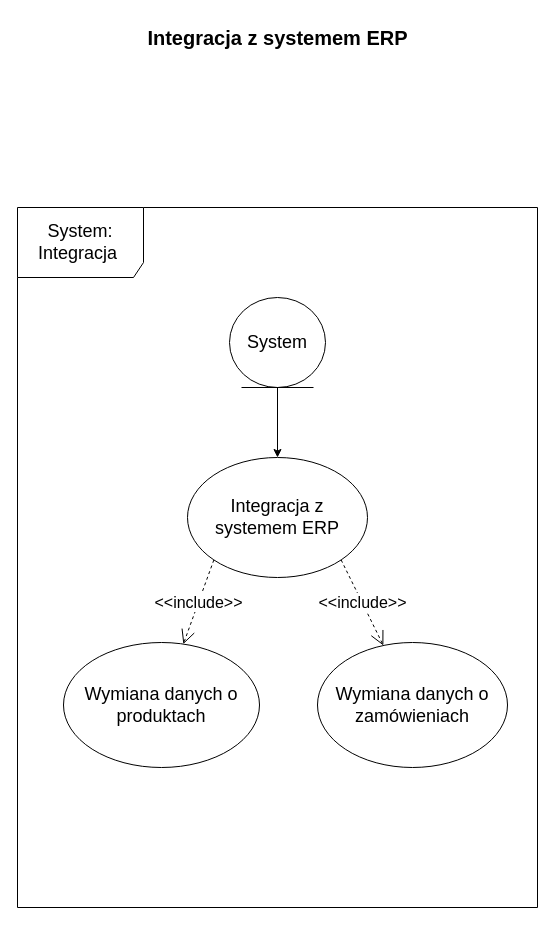
Earlier version of the draw.io diagram diagramy/PrzypadkiUzycia/Diagram6.drawio (kacperMa25/In-ynieriaOprogramowania). Source tidied: cells renumbered, new cells numbered last; positions are measured from the earlier drawing's top-left corner, leaving out a move shared by most shapes. Both pictures are drawn from the tidied source at 100%, with x=0, y=0 at pixel (17, 17).
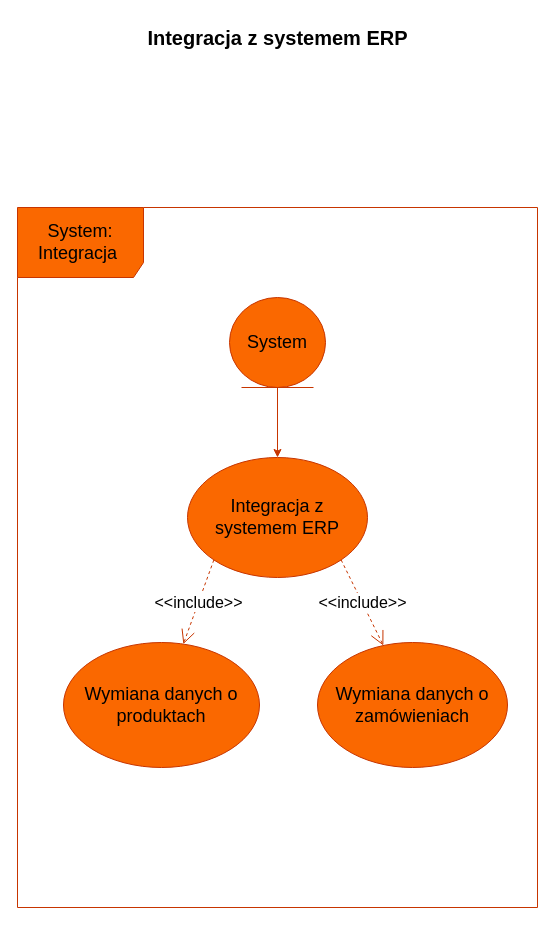
After the change.

The edit, as a diff of the source:
```diff
@@
-<mxGraphModel>
+<mxGraphModel background="#ffffff">
   <root>
     <mxCell id="0" />
     <mxCell id="1" parent="0" />
-    <mxCell id="2" value="&lt;font style=&quot;font-size: 20px;&quot;&gt;&lt;b&gt;Integracja z systemem ERP&lt;/b&gt;&lt;/font&gt;" style="text;html=1;align=center;verticalAlign=middle;strokeColor=none;fillColor=none;" parent="1" vertex="1">
+    <mxCell id="2" value="&lt;font style=&quot;font-size: 20px; color: rgb(0, 0, 0);&quot;&gt;&lt;b&gt;Integracja z systemem ERP&lt;/b&gt;&lt;/font&gt;" style="text;html=1;align=center;verticalAlign=middle;strokeColor=none;fillColor=none;" parent="1" vertex="1">
       <mxGeometry x="120" width="280" height="40" as="geometry" />
     </mxCell>
-    <mxCell id="3" value="&lt;font style=&quot;font-size: 18px;&quot;&gt;System: Integracja&amp;nbsp;&lt;/font&gt;" style="shape=umlFrame;whiteSpace=wrap;html=1;width=126;height=70;" parent="1" vertex="1">
+    <mxCell id="3" value="&lt;font style=&quot;font-size: 18px;&quot;&gt;System: Integracja&amp;nbsp;&lt;/font&gt;" style="shape=umlFrame;whiteSpace=wrap;html=1;width=126;height=70;fillColor=#fa6800;fontColor=#000000;strokeColor=#C73500;" parent="1" vertex="1">
       <mxGeometry y="190" width="520" height="700" as="geometry" />
     </mxCell>
-    <mxCell id="4" style="edgeStyle=orthogonalEdgeStyle;rounded=0;jettySize=auto;html=1;" parent="1" edge="1" source="5" target="6">
+    <mxCell id="4" style="edgeStyle=orthogonalEdgeStyle;rounded=0;jettySize=auto;html=1;fillColor=#fa6800;strokeColor=#C73500;" parent="1" edge="1" source="5" target="6">
       <mxGeometry relative="1" as="geometry" />
     </mxCell>
-    <mxCell id="5" value="&lt;font style=&quot;font-size: 18px;&quot;&gt;System&lt;/font&gt;" style="ellipse;shape=umlEntity;whiteSpace=wrap;html=1;" parent="1" vertex="1">
+    <mxCell id="5" value="&lt;font style=&quot;font-size: 18px;&quot;&gt;System&lt;/font&gt;" style="ellipse;shape=umlEntity;whiteSpace=wrap;html=1;fillColor=#fa6800;fontColor=#000000;strokeColor=#C73500;" parent="1" vertex="1">
       <mxGeometry x="212" y="280" width="96" height="90" as="geometry" />
     </mxCell>
-    <mxCell id="6" value="&lt;font style=&quot;font-size: 18px;&quot;&gt;Integracja z systemem ERP&lt;/font&gt;" style="ellipse;whiteSpace=wrap;html=1;" parent="1" vertex="1">
+    <mxCell id="6" value="&lt;font style=&quot;font-size: 18px;&quot;&gt;Integracja z systemem ERP&lt;/font&gt;" style="ellipse;whiteSpace=wrap;html=1;fillColor=#fa6800;fontColor=#000000;strokeColor=#C73500;" parent="1" vertex="1">
       <mxGeometry x="170" y="440" width="180" height="120" as="geometry" />
     </mxCell>
-    <mxCell id="7" value="&lt;font style=&quot;font-size: 18px;&quot;&gt;Wymiana danych o zamówieniach&lt;/font&gt;" style="ellipse;whiteSpace=wrap;html=1;" parent="1" vertex="1">
+    <mxCell id="7" value="&lt;font style=&quot;font-size: 18px;&quot;&gt;Wymiana danych o zamówieniach&lt;/font&gt;" style="ellipse;whiteSpace=wrap;html=1;fillColor=#fa6800;fontColor=#000000;strokeColor=#C73500;" parent="1" vertex="1">
       <mxGeometry x="300" y="625" width="190" height="125" as="geometry" />
     </mxCell>
-    <mxCell id="8" value="&lt;font style=&quot;font-size: 18px;&quot;&gt;Wymiana danych o produktach&lt;/font&gt;" style="ellipse;whiteSpace=wrap;html=1;" parent="1" vertex="1">
+    <mxCell id="8" value="&lt;font style=&quot;font-size: 18px;&quot;&gt;Wymiana danych o produktach&lt;/font&gt;" style="ellipse;whiteSpace=wrap;html=1;fillColor=#fa6800;fontColor=#000000;strokeColor=#C73500;" parent="1" vertex="1">
       <mxGeometry x="46" y="625" width="196" height="125" as="geometry" />
     </mxCell>
-    <mxCell id="9" value="&lt;font style=&quot;font-size: 16px;&quot;&gt;&amp;lt;&amp;lt;include&amp;gt;&amp;gt;&lt;/font&gt;" style="endArrow=open;endSize=12;dashed=1;html=1;rounded=0;exitX=1;exitY=1;exitDx=0;exitDy=0;" parent="1" edge="1" source="6" target="7">
+    <mxCell id="9" value="&lt;font style=&quot;font-size: 16px;&quot;&gt;&amp;lt;&amp;lt;include&amp;gt;&amp;gt;&lt;/font&gt;" style="endArrow=open;endSize=12;dashed=1;html=1;rounded=0;exitX=1;exitY=1;exitDx=0;exitDy=0;fillColor=#fa6800;strokeColor=#C73500;" parent="1" edge="1" source="6" target="7">
       <mxGeometry relative="1" as="geometry" />
     </mxCell>
-    <mxCell id="10" value="&lt;font style=&quot;font-size: 16px;&quot;&gt;&amp;lt;&amp;lt;include&amp;gt;&amp;gt;&lt;/font&gt;" style="endArrow=open;endSize=12;dashed=1;html=1;rounded=0;exitX=0;exitY=1;exitDx=0;exitDy=0;" parent="1" edge="1" source="6" target="8">
+    <mxCell id="10" value="&lt;font style=&quot;font-size: 16px;&quot;&gt;&amp;lt;&amp;lt;include&amp;gt;&amp;gt;&lt;/font&gt;" style="endArrow=open;endSize=12;dashed=1;html=1;rounded=0;exitX=0;exitY=1;exitDx=0;exitDy=0;fillColor=#fa6800;strokeColor=#C73500;" parent="1" edge="1" source="6" target="8">
       <mxGeometry relative="1" as="geometry" />
     </mxCell>
   </root>
 </mxGraphModel>
```
